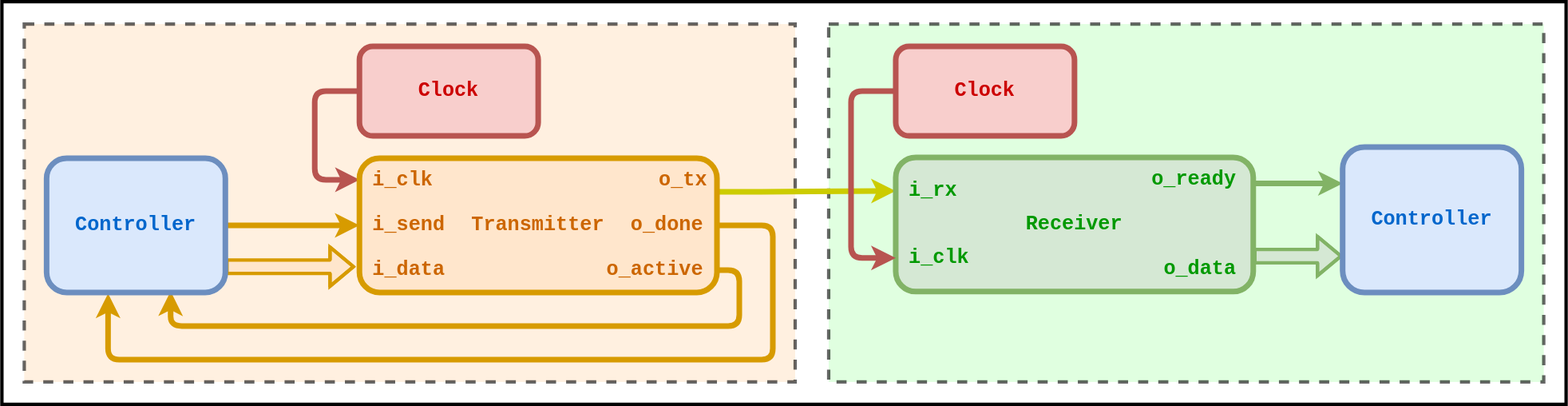
Ashwin-Rajesh/Verilog_comm keeps this draw.io diagram as uart/docs/uart_blocks.drawio.svg. Above is the earlier version. Source tidied: cells renumbered, new cells last; positions are measured from the earlier drawing's top-left corner, leaving out a move shared by most shapes.
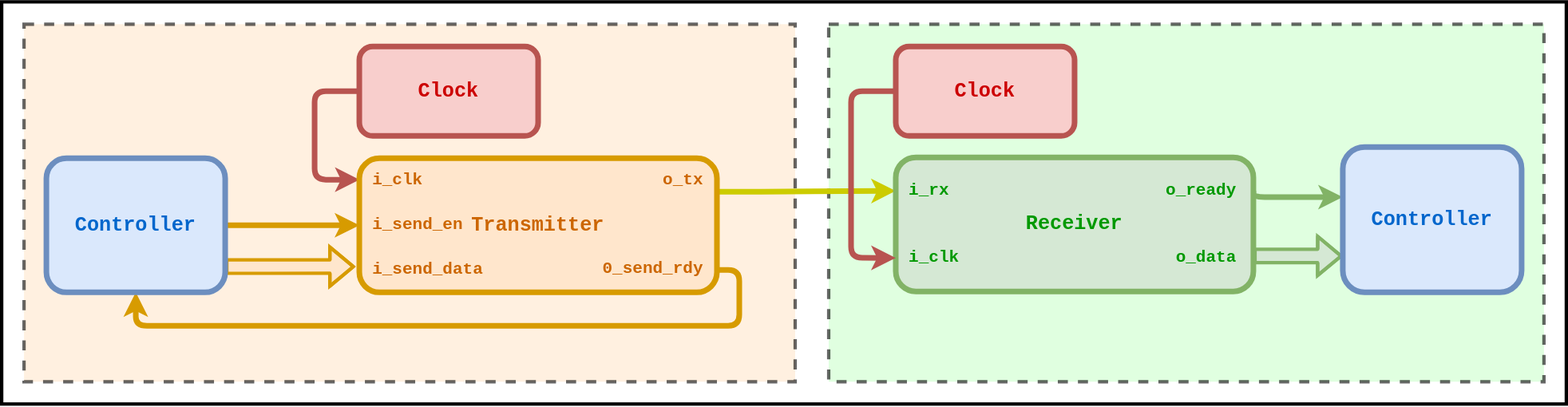
After the commit.

Commit message:
Updated documentation for change in module structure

Diff of the diagram source:
```diff
@@ -28,52 +28,40 @@
         </Array>
       </mxGeometry>
     </mxCell>
-    <mxCell id="7" style="edgeStyle=orthogonalEdgeStyle;rounded=1;jettySize=auto;html=1;strokeColor=#d79b00;strokeWidth=5;fontFamily=Courier New;fontSize=18;fontColor=#CCCC00;fillColor=#ffe6cc;entryX=0.344;entryY=1.008;entryDx=0;entryDy=0;entryPerimeter=0;" parent="1" edge="1" source="9" target="28">
-      <mxGeometry relative="1" as="geometry">
-        <Array as="points">
-          <mxPoint x="690" y="200" />
-          <mxPoint x="690" y="320" />
-          <mxPoint x="95" y="320" />
-        </Array>
-      </mxGeometry>
-    </mxCell>
-    <mxCell id="8" style="edgeStyle=orthogonalEdgeStyle;rounded=1;jettySize=auto;html=1;strokeColor=#d79b00;strokeWidth=5;fontFamily=Courier New;fontSize=18;fontColor=#0066CC;fillColor=#ffe6cc;entryX=0.694;entryY=0.992;entryDx=0;entryDy=0;entryPerimeter=0;" parent="1" edge="1" source="9" target="28">
+    <mxCell id="8" style="edgeStyle=orthogonalEdgeStyle;rounded=1;jettySize=auto;html=1;strokeColor=#d79b00;strokeWidth=5;fontFamily=Courier New;fontSize=18;fontColor=#0066CC;fillColor=#ffe6cc;entryX=0.5;entryY=1;entryDx=0;entryDy=0;" parent="1" edge="1" source="9" target="28">
       <mxGeometry relative="1" as="geometry">
         <Array as="points">
           <mxPoint x="660" y="240" />
           <mxPoint x="660" y="290" />
-          <mxPoint x="151" y="290" />
+          <mxPoint x="120" y="290" />
         </Array>
       </mxGeometry>
     </mxCell>
     <mxCell id="9" value="&lt;font face=&quot;Courier New&quot; size=&quot;1&quot; color=&quot;#cc6600&quot;&gt;&lt;b style=&quot;font-size: 18px&quot;&gt;Transmitter&lt;/b&gt;&lt;/font&gt;" style="rounded=1;whiteSpace=wrap;html=1;fillColor=#ffe6cc;strokeColor=#d79b00;strokeWidth=5;" parent="1" vertex="1">
       <mxGeometry x="320" y="140" width="320" height="120" as="geometry" />
     </mxCell>
-    <mxCell id="10" value="i_data" style="text;html=1;strokeColor=none;fillColor=none;align=left;verticalAlign=middle;whiteSpace=wrap;rounded=0;fontSize=18;fontStyle=1;fontColor=#CC6600;fontFamily=Courier New;" parent="1" vertex="1">
+    <mxCell id="10" value="i_send_data" style="text;html=1;strokeColor=none;fillColor=none;align=left;verticalAlign=middle;whiteSpace=wrap;rounded=0;fontSize=15;fontStyle=1;fontColor=#CC6600;fontFamily=Courier New;" parent="1" vertex="1">
       <mxGeometry x="330" y="230" width="90" height="20" as="geometry" />
     </mxCell>
-    <mxCell id="11" value="i_send" style="text;html=1;strokeColor=none;fillColor=none;align=left;verticalAlign=middle;whiteSpace=wrap;rounded=0;fontSize=18;fontStyle=1;fontColor=#CC6600;fontFamily=Courier New;" parent="1" vertex="1">
+    <mxCell id="11" value="i_send_en" style="text;html=1;strokeColor=none;fillColor=none;align=left;verticalAlign=middle;whiteSpace=wrap;rounded=0;fontSize=15;fontStyle=1;fontColor=#CC6600;fontFamily=Courier New;" parent="1" vertex="1">
       <mxGeometry x="330" y="190" width="90" height="20" as="geometry" />
     </mxCell>
-    <mxCell id="12" value="&lt;font style=&quot;font-size: 18px;&quot;&gt;&lt;span style=&quot;font-size: 18px&quot;&gt;i_clk&lt;/span&gt;&lt;/font&gt;" style="text;html=1;strokeColor=none;fillColor=none;align=left;verticalAlign=middle;whiteSpace=wrap;rounded=0;fontColor=#CC6600;fontSize=18;fontStyle=1;fontFamily=Courier New;" parent="1" vertex="1">
+    <mxCell id="12" value="&lt;font style=&quot;font-size: 15px;&quot;&gt;&lt;span style=&quot;font-size: 15px;&quot;&gt;i_clk&lt;/span&gt;&lt;/font&gt;" style="text;html=1;strokeColor=none;fillColor=none;align=left;verticalAlign=middle;whiteSpace=wrap;rounded=0;fontColor=#CC6600;fontSize=15;fontStyle=1;fontFamily=Courier New;" parent="1" vertex="1">
       <mxGeometry x="330" y="150" width="90" height="20" as="geometry" />
     </mxCell>
     <mxCell id="13" value="&lt;font color=&quot;#cc0000&quot;&gt;&lt;b&gt;Clock&lt;/b&gt;&lt;/font&gt;" style="rounded=1;whiteSpace=wrap;html=1;strokeWidth=5;fontFamily=Courier New;fontSize=18;fillColor=#f8cecc;strokeColor=#b85450;" parent="1" vertex="1">
       <mxGeometry x="320" y="40" width="160" height="80" as="geometry" />
     </mxCell>
-    <mxCell id="14" value="&lt;b&gt;o_tx&lt;/b&gt;" style="text;html=1;strokeColor=none;fillColor=none;align=center;verticalAlign=middle;whiteSpace=wrap;rounded=0;fontFamily=Courier New;fontSize=18;fontColor=#CC6600;" parent="1" vertex="1">
+    <mxCell id="14" value="&lt;b style=&quot;font-size: 15px;&quot;&gt;o_tx&lt;/b&gt;" style="text;html=1;strokeColor=none;fillColor=none;align=center;verticalAlign=middle;whiteSpace=wrap;rounded=0;fontFamily=Courier New;fontSize=15;fontColor=#CC6600;" parent="1" vertex="1">
       <mxGeometry x="590" y="150" width="40" height="20" as="geometry" />
     </mxCell>
-    <mxCell id="15" value="&lt;b&gt;o_done&lt;/b&gt;" style="text;html=1;strokeColor=none;fillColor=none;align=right;verticalAlign=middle;whiteSpace=wrap;rounded=0;fontFamily=Courier New;fontSize=18;fontColor=#CC6600;" parent="1" vertex="1">
-      <mxGeometry x="540" y="190" width="90" height="20" as="geometry" />
+    <mxCell id="15" value="&lt;b style=&quot;font-size: 15px;&quot;&gt;0_send_rdy&lt;/b&gt;" style="text;html=1;strokeColor=none;fillColor=none;align=right;verticalAlign=middle;whiteSpace=wrap;rounded=0;fontFamily=Courier New;fontSize=15;fontColor=#CC6600;" parent="1" vertex="1">
+      <mxGeometry x="540" y="229.2" width="90" height="20" as="geometry" />
     </mxCell>
-    <mxCell id="16" value="&lt;b&gt;o_active&lt;/b&gt;" style="text;html=1;strokeColor=none;fillColor=none;align=right;verticalAlign=middle;whiteSpace=wrap;rounded=0;fontFamily=Courier New;fontSize=18;fontColor=#CC6600;" parent="1" vertex="1">
-      <mxGeometry x="540" y="230" width="90" height="20" as="geometry" />
-    </mxCell>
-    <mxCell id="17" style="edgeStyle=orthogonalEdgeStyle;rounded=1;jettySize=auto;html=1;strokeColor=#82b366;strokeWidth=5;fontFamily=Courier New;fontSize=18;fontColor=#0066CC;fillColor=#d5e8d4;entryX=0;entryY=0.25;entryDx=0;entryDy=0;" parent="1" edge="1" source="19" target="29">
+    <mxCell id="17" style="edgeStyle=orthogonalEdgeStyle;rounded=1;jettySize=auto;html=1;strokeColor=#82b366;strokeWidth=5;fontFamily=Courier New;fontSize=18;fontColor=#0066CC;fillColor=#d5e8d4;exitX=1;exitY=0.25;exitDx=0;exitDy=0;entryX=0;entryY=0.344;entryDx=0;entryDy=0;entryPerimeter=0;" parent="1" edge="1" source="19" target="29">
       <mxGeometry relative="1" as="geometry">
         <Array as="points">
-          <mxPoint x="1170" y="163" />
+          <mxPoint x="1120" y="175" />
         </Array>
       </mxGeometry>
     </mxCell>
@@ -87,10 +75,10 @@
     <mxCell id="19" value="&lt;b&gt;&lt;font color=&quot;#009900&quot;&gt;Receiver&lt;/font&gt;&lt;/b&gt;" style="rounded=1;whiteSpace=wrap;html=1;strokeWidth=5;fontFamily=Courier New;fontSize=18;align=center;fillColor=#d5e8d4;strokeColor=#82b366;" parent="1" vertex="1">
       <mxGeometry x="800" y="139.2" width="320" height="120" as="geometry" />
     </mxCell>
-    <mxCell id="20" value="&lt;b&gt;i_rx&lt;/b&gt;" style="text;html=1;strokeColor=none;fillColor=none;align=left;verticalAlign=middle;whiteSpace=wrap;rounded=0;fontFamily=Courier New;fontSize=18;fontColor=#009900;" parent="1" vertex="1">
+    <mxCell id="20" value="&lt;b style=&quot;font-size: 15px;&quot;&gt;i_rx&lt;/b&gt;" style="text;html=1;strokeColor=none;fillColor=none;align=left;verticalAlign=middle;whiteSpace=wrap;rounded=0;fontFamily=Courier New;fontSize=15;fontColor=#009900;" parent="1" vertex="1">
       <mxGeometry x="810" y="159.2" width="40" height="20" as="geometry" />
     </mxCell>
-    <mxCell id="21" value="&lt;b&gt;&lt;font color=&quot;#009900&quot;&gt;i_clk&lt;/font&gt;&lt;/b&gt;" style="text;html=1;strokeColor=none;fillColor=none;align=left;verticalAlign=middle;whiteSpace=wrap;rounded=0;fontFamily=Courier New;fontSize=18;fontColor=#CC6600;" parent="1" vertex="1">
+    <mxCell id="21" value="&lt;b style=&quot;font-size: 15px;&quot;&gt;&lt;font color=&quot;#009900&quot; style=&quot;font-size: 15px;&quot;&gt;i_clk&lt;/font&gt;&lt;/b&gt;" style="text;html=1;strokeColor=none;fillColor=none;align=left;verticalAlign=middle;whiteSpace=wrap;rounded=0;fontFamily=Courier New;fontSize=15;fontColor=#CC6600;" parent="1" vertex="1">
       <mxGeometry x="810" y="219.2" width="60" height="20" as="geometry" />
     </mxCell>
     <mxCell id="22" style="edgeStyle=orthogonalEdgeStyle;rounded=1;jettySize=auto;html=1;strokeWidth=5;fillColor=#f8cecc;strokeColor=#b85450;exitX=0;exitY=0.5;exitDx=0;exitDy=0;entryX=0;entryY=0.75;entryDx=0;entryDy=0;" parent="1" edge="1" source="23" target="19">
@@ -104,11 +92,11 @@
     <mxCell id="23" value="&lt;font color=&quot;#cc0000&quot;&gt;&lt;b&gt;Clock&lt;/b&gt;&lt;/font&gt;" style="rounded=1;whiteSpace=wrap;html=1;strokeWidth=5;fontFamily=Courier New;fontSize=18;fillColor=#f8cecc;strokeColor=#b85450;" parent="1" vertex="1">
       <mxGeometry x="800" y="40" width="160" height="80" as="geometry" />
     </mxCell>
-    <mxCell id="24" value="&lt;b&gt;o_ready&lt;/b&gt;" style="text;html=1;strokeColor=none;fillColor=none;align=right;verticalAlign=middle;whiteSpace=wrap;rounded=0;fontFamily=Courier New;fontSize=18;fontColor=#009900;" parent="1" vertex="1">
-      <mxGeometry x="1020" y="149.2" width="87" height="20" as="geometry" />
+    <mxCell id="24" value="&lt;b style=&quot;font-size: 15px;&quot;&gt;o_ready&lt;/b&gt;" style="text;html=1;strokeColor=none;fillColor=none;align=right;verticalAlign=middle;whiteSpace=wrap;rounded=0;fontFamily=Courier New;fontSize=15;fontColor=#009900;" parent="1" vertex="1">
+      <mxGeometry x="1020" y="159.2" width="87" height="20" as="geometry" />
     </mxCell>
-    <mxCell id="25" value="&lt;b&gt;o_data&lt;/b&gt;" style="text;html=1;strokeColor=none;fillColor=none;align=right;verticalAlign=middle;whiteSpace=wrap;rounded=0;fontFamily=Courier New;fontSize=18;fontColor=#009900;" parent="1" vertex="1">
-      <mxGeometry x="1040" y="229.2" width="67" height="20" as="geometry" />
+    <mxCell id="25" value="&lt;b style=&quot;font-size: 15px;&quot;&gt;o_data&lt;/b&gt;" style="text;html=1;strokeColor=none;fillColor=none;align=right;verticalAlign=middle;whiteSpace=wrap;rounded=0;fontFamily=Courier New;fontSize=15;fontColor=#009900;" parent="1" vertex="1">
+      <mxGeometry x="1040" y="219.2" width="67" height="20" as="geometry" />
     </mxCell>
     <mxCell id="26" style="edgeStyle=orthogonalEdgeStyle;rounded=1;jettySize=auto;html=1;entryX=0;entryY=0.5;entryDx=0;entryDy=0;strokeColor=#d79b00;strokeWidth=5;fontFamily=Courier New;fontSize=18;fontColor=#0066CC;fillColor=#ffe6cc;" parent="1" edge="1" source="28" target="9">
       <mxGeometry relative="1" as="geometry">
```
